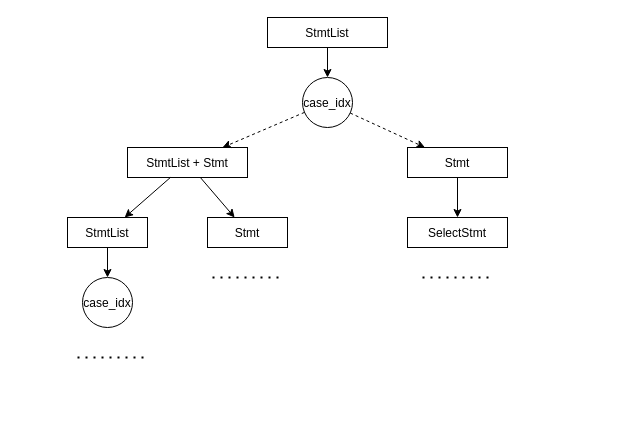
The draw.io diagram Untitled Diagram.drawio in V3rdantWhisper/drawio, before the edit. Source tidied: cells renumbered, new cells numbered last; positions are measured from the earlier drawing's top-left corner, leaving out a move shared by most shapes. Both pictures are drawn from the tidied source at 100%, with x=0, y=0 at pixel (67, 17).
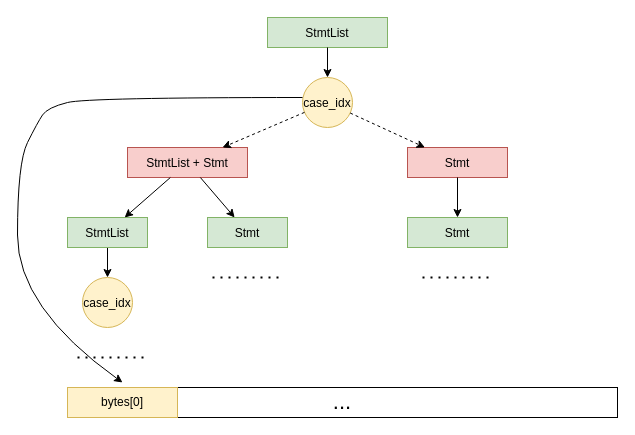
The same page after the edit.

Diff of the diagram source:
```diff
@@
-    <mxCell id="2" value="StmtList" parent="1" vertex="1">
+    <mxCell id="2" value="StmtList" style="fillColor=#d5e8d4;strokeColor=#82b366;" parent="1" vertex="1">
       <mxGeometry x="200" width="120" height="30" as="geometry" />
     </mxCell>
-    <mxCell id="3" value="case_idx" style="ellipse;shape=ellipse;" parent="1" vertex="1">
+    <mxCell id="3" value="case_idx" style="ellipse;shape=ellipse;fillColor=#fff2cc;strokeColor=#d6b656;" parent="1" vertex="1">
       <mxGeometry x="235" y="60" width="50" height="50" as="geometry" />
     </mxCell>
-    <mxCell id="4" value="StmtList + Stmt" parent="1" vertex="1">
+    <mxCell id="4" value="StmtList + Stmt" style="fillColor=#f8cecc;strokeColor=#b85450;" parent="1" vertex="1">
       <mxGeometry x="60" y="130" width="120" height="30" as="geometry" />
     </mxCell>
-    <mxCell id="5" value="Stmt" parent="1" vertex="1">
+    <mxCell id="5" value="Stmt" style="fillColor=#f8cecc;strokeColor=#b85450;" parent="1" vertex="1">
       <mxGeometry x="340" y="130" width="100" height="30" as="geometry" />
     </mxCell>
@@
-    <mxCell id="7" value="StmtList" parent="1" vertex="1">
+    <mxCell id="7" value="StmtList" style="fillColor=#d5e8d4;strokeColor=#82b366;" parent="1" vertex="1">
       <mxGeometry y="200" width="80" height="30" as="geometry" />
     </mxCell>
-    <mxCell id="8" value="Stmt" parent="1" vertex="1">
+    <mxCell id="8" value="Stmt" style="fillColor=#d5e8d4;strokeColor=#82b366;" parent="1" vertex="1">
       <mxGeometry x="140" y="200" width="80" height="30" as="geometry" />
     </mxCell>
-    <mxCell id="9" value="SelectStmt" parent="1" vertex="1">
+    <mxCell id="9" value="Stmt" style="fillColor=#d5e8d4;strokeColor=#82b366;" parent="1" vertex="1">
       <mxGeometry x="340" y="200" width="100" height="30" as="geometry" />
     </mxCell>
@@
-    <mxCell id="16" value="case_idx" style="ellipse;shape=ellipse;" parent="1" vertex="1">
+    <mxCell id="16" value="case_idx" style="ellipse;shape=ellipse;fillColor=#fff2cc;strokeColor=#d6b656;" parent="1" vertex="1">
       <mxGeometry x="15" y="260" width="50" height="50" as="geometry" />
     </mxCell>
@@
+    <mxCell id="20" value="&lt;font style=&quot;font-size: 22px;&quot;&gt;...&lt;/font&gt;" style="rounded=0;whiteSpace=wrap;html=1;" parent="1" vertex="1">
+      <mxGeometry y="370" width="550" height="30" as="geometry" />
+    </mxCell>
+    <mxCell id="21" value="bytes[0]" style="rounded=0;whiteSpace=wrap;html=1;fillColor=#fff2cc;strokeColor=#d6b656;" parent="1" vertex="1">
+      <mxGeometry y="370" width="110" height="30" as="geometry" />
+    </mxCell>
+    <mxCell id="22" style="curved=1;endArrow=classic;html=1;rounded=0;exitX=0;exitY=0.5;exitDx=0;exitDy=0;entryX=0.5;entryY=0;entryDx=0;entryDy=0;" parent="1" edge="1">
+      <mxGeometry relative="1" as="geometry">
+        <mxPoint x="235" y="80" as="sourcePoint" />
+        <mxPoint x="55" y="365" as="targetPoint" />
+        <Array as="points">
+          <mxPoint x="20" y="80" />
+          <mxPoint x="-20" y="90" />
+          <mxPoint x="-30" y="105" />
+          <mxPoint x="-50" y="145" />
+          <mxPoint x="-50" y="290" />
+        </Array>
+      </mxGeometry>
+    </mxCell>
```
